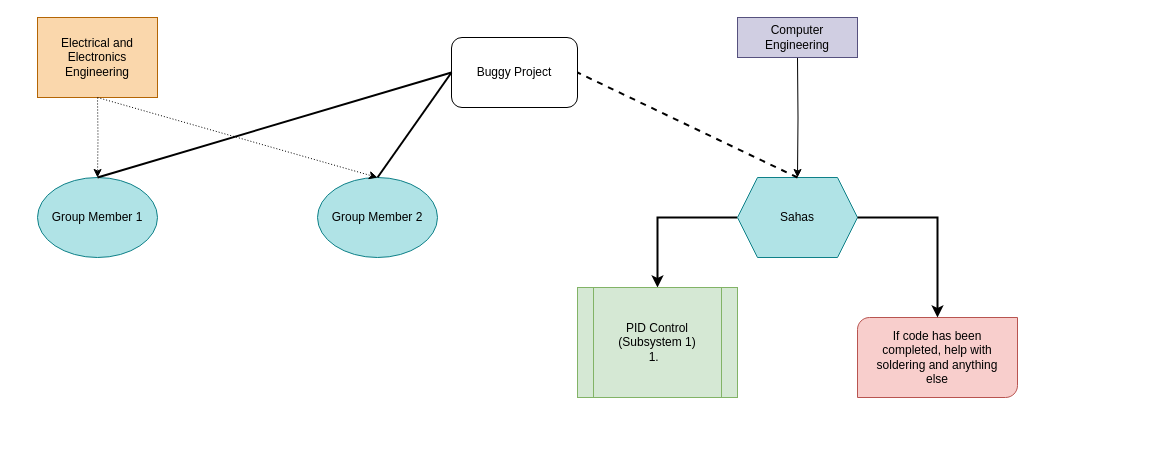
Above: BuggyProjectPlan.drawio in SahasT23/UniversityNotesNClEngineeringtrial (draw.io), before the change. Source tidied: cells renumbered, new cells numbered last; positions are measured from the earlier drawing's top-left corner, leaving out a move shared by most shapes. Both pictures are drawn from the tidied source at 100%, with x=0, y=0 at pixel (37, 17).
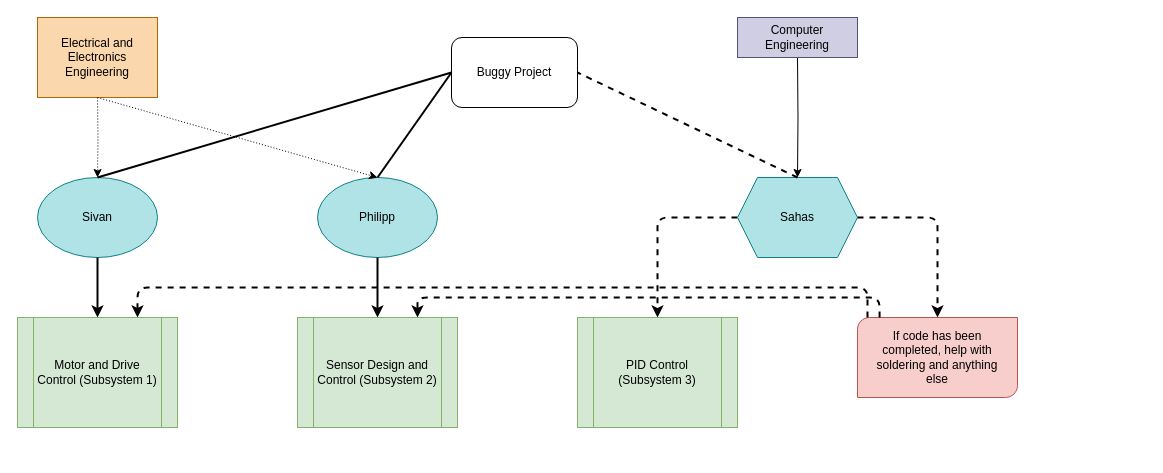
The same page after the edit.

Unchanged cells that the change refers to:
```xml
<mxCell id="6" value="Sahas" style="shape=hexagon;perimeter=hexagonPerimeter2;whiteSpace=wrap;html=1;fixedSize=1;fillColor=#b0e3e6;strokeColor=#0e8088;" parent="1" vertex="1">
  <mxGeometry x="700" y="160" width="120" height="80" as="geometry" />
</mxCell>
<mxCell id="12" style="verticalLabelPosition=bottom;verticalAlign=top;html=1;shape=mxgraph.basic.diag_round_rect;dx=6;whiteSpace=wrap;fillColor=#f8cecc;strokeColor=#b85450;" parent="1" vertex="1">
  <mxGeometry x="820" y="300" width="160" height="80" as="geometry" />
</mxCell>
```

The edit, as a diff of the source:
```diff
@@
-    <mxCell id="3" value="Group Member 1" style="ellipse;whiteSpace=wrap;html=1;fillColor=#b0e3e6;strokeColor=#0e8088;" parent="1" vertex="1">
+    <mxCell id="3" value="Sivan" style="ellipse;whiteSpace=wrap;html=1;fillColor=#b0e3e6;strokeColor=#0e8088;" parent="1" vertex="1">
       <mxGeometry y="160" width="120" height="80" as="geometry" />
     </mxCell>
-    <mxCell id="4" value="Group Member 2" style="ellipse;whiteSpace=wrap;html=1;fillColor=#b0e3e6;strokeColor=#0e8088;" parent="1" vertex="1">
+    <mxCell id="4" value="Philipp" style="ellipse;whiteSpace=wrap;html=1;fillColor=#b0e3e6;strokeColor=#0e8088;" parent="1" vertex="1">
       <mxGeometry x="280" y="160" width="120" height="80" as="geometry" />
     </mxCell>
-    <mxCell id="5" style="edgeStyle=orthogonalEdgeStyle;rounded=0;jettySize=auto;html=1;exitX=0;exitY=0.5;exitDx=0;exitDy=0;entryX=0.5;entryY=0;entryDx=0;entryDy=0;strokeWidth=2;" parent="1" edge="1" source="6" target="10">
+    <mxCell id="5" style="edgeStyle=orthogonalEdgeStyle;rounded=1;jettySize=auto;html=1;exitX=0;exitY=0.5;exitDx=0;exitDy=0;entryX=0.5;entryY=0;entryDx=0;entryDy=0;strokeWidth=2;curved=0;dashed=1;" parent="1" edge="1" source="6" target="10">
       <mxGeometry relative="1" as="geometry">
         <Array as="points">
           <mxPoint x="620" y="200" />
         </Array>
       </mxGeometry>
     </mxCell>
@@
-    <mxCell id="10" value="&lt;div&gt;PID Control (Subsystem 1)&lt;/div&gt;&lt;div&gt;&lt;div&gt;1.&amp;nbsp;&amp;nbsp;&lt;/div&gt;&lt;/div&gt;" style="shape=process;whiteSpace=wrap;html=1;backgroundOutline=1;fillColor=#d5e8d4;strokeColor=#82b366;" parent="1" vertex="1">
-      <mxGeometry x="540" y="270" width="160" height="110" as="geometry" />
+    <mxCell id="10" value="&lt;div&gt;PID Control (Subsystem 3)&lt;/div&gt;" style="shape=process;whiteSpace=wrap;html=1;backgroundOutline=1;fillColor=#d5e8d4;strokeColor=#82b366;" parent="1" vertex="1">
+      <mxGeometry x="540" y="300" width="160" height="110" as="geometry" />
     </mxCell>
     <mxCell id="11" style="edgeStyle=orthogonalEdgeStyle;rounded=0;orthogonalLoop=1;jettySize=auto;html=1;exitX=0.5;exitY=1;exitDx=0;exitDy=0;" parent="1" edge="1">
       <mxGeometry relative="1" as="geometry">
-        <mxPoint x="980" y="430" as="sourcePoint" />
-        <mxPoint x="980" y="430" as="targetPoint" />
+        <mxPoint x="1100" y="430" as="sourcePoint" />
+        <mxPoint x="1100" y="430" as="targetPoint" />
       </mxGeometry>
     </mxCell>
@@
+    <mxCell id="20" style="edgeStyle=orthogonalEdgeStyle;rounded=1;jettySize=auto;html=1;entryX=0.75;entryY=0;entryDx=0;entryDy=0;strokeWidth=2;curved=0;dashed=1;" parent="1" edge="1" target="24">
+      <mxGeometry relative="1" as="geometry">
+        <mxPoint x="830" y="300" as="sourcePoint" />
+        <Array as="points">
+          <mxPoint x="830" y="270" />
+          <mxPoint x="100" y="270" />
+        </Array>
+      </mxGeometry>
+    </mxCell>
+    <mxCell id="21" style="edgeStyle=orthogonalEdgeStyle;rounded=1;jettySize=auto;html=1;entryX=0.75;entryY=0;entryDx=0;entryDy=0;strokeWidth=2;exitX=0.138;exitY=0;exitDx=0;exitDy=0;exitPerimeter=0;curved=0;dashed=1;" parent="1" edge="1" source="12" target="25">
+      <mxGeometry relative="1" as="geometry">
+        <Array as="points">
+          <mxPoint x="842" y="280" />
+          <mxPoint x="380" y="280" />
+        </Array>
+      </mxGeometry>
+    </mxCell>
@@
-    <mxCell id="19" style="edgeStyle=orthogonalEdgeStyle;rounded=0;jettySize=auto;html=1;exitX=1;exitY=0.5;exitDx=0;exitDy=0;entryX=0.5;entryY=0;entryDx=0;entryDy=0;entryPerimeter=0;strokeWidth=2;" parent="1" edge="1" source="6" target="12">
+    <mxCell id="19" style="edgeStyle=orthogonalEdgeStyle;rounded=1;jettySize=auto;html=1;exitX=1;exitY=0.5;exitDx=0;exitDy=0;entryX=0.5;entryY=0;entryDx=0;entryDy=0;entryPerimeter=0;strokeWidth=2;curved=0;dashed=1;" parent="1" edge="1" source="6" target="12">
       <mxGeometry relative="1" as="geometry" />
     </mxCell>
+    <mxCell id="22" style="edgeStyle=orthogonalEdgeStyle;rounded=0;jettySize=auto;html=1;entryX=0.5;entryY=0;entryDx=0;entryDy=0;entryPerimeter=0;strokeWidth=2;" parent="1" edge="1" source="3">
+      <mxGeometry relative="1" as="geometry">
+        <mxPoint x="60" y="300" as="targetPoint" />
+      </mxGeometry>
+    </mxCell>
+    <mxCell id="23" style="edgeStyle=orthogonalEdgeStyle;rounded=0;jettySize=auto;html=1;entryX=0.5;entryY=0;entryDx=0;entryDy=0;entryPerimeter=0;strokeWidth=2;" parent="1" edge="1" source="4">
+      <mxGeometry relative="1" as="geometry">
+        <mxPoint x="340" y="300" as="targetPoint" />
+      </mxGeometry>
+    </mxCell>
+    <mxCell id="24" value="&lt;div&gt;Motor and Drive Control (Subsystem 1)&lt;/div&gt;" style="shape=process;whiteSpace=wrap;html=1;backgroundOutline=1;fillColor=#d5e8d4;strokeColor=#82b366;" parent="1" vertex="1">
+      <mxGeometry x="-20" y="300" width="160" height="110" as="geometry" />
+    </mxCell>
+    <mxCell id="25" value="Sensor Design and Control (Subsystem 2)" style="shape=process;whiteSpace=wrap;html=1;backgroundOutline=1;fillColor=#d5e8d4;strokeColor=#82b366;" parent="1" vertex="1">
+      <mxGeometry x="260" y="300" width="160" height="110" as="geometry" />
+    </mxCell>
```
